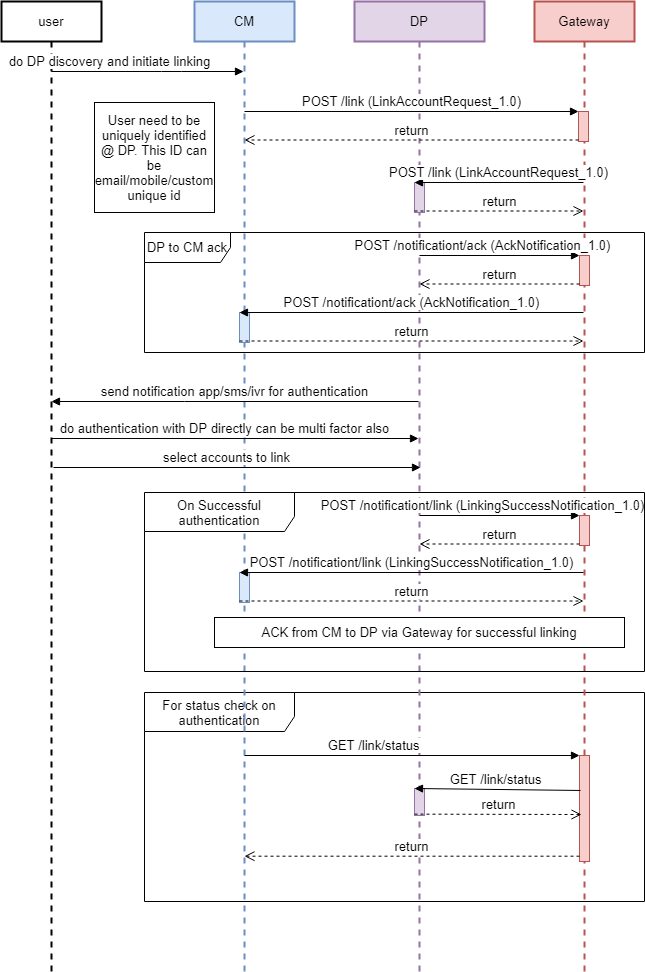
Above: seqDiagram/accountLinking-CMSide.png in iSPIRT/DEPA (draw.io), before the change. Source tidied: cells renumbered, new cells last; positions are measured from the earlier drawing's top-left corner, leaving out a move shared by most shapes.
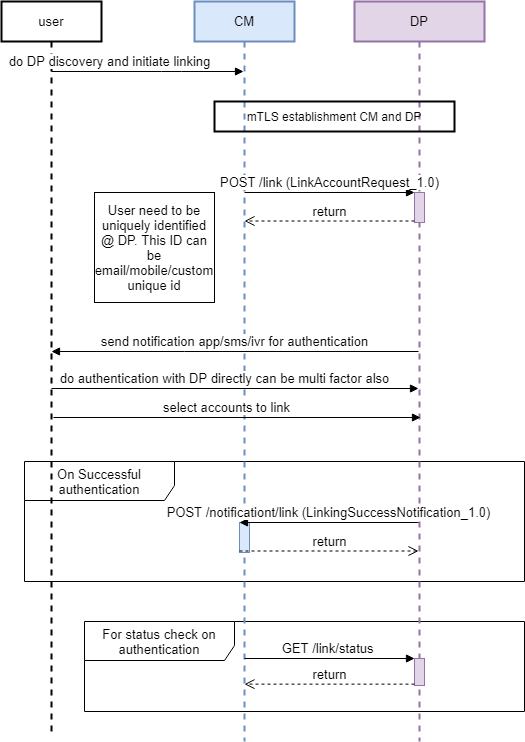
After the change.

What changed in the source:
```diff
@@ -3,16 +3,16 @@
     <mxCell id="0" />
     <mxCell id="1" parent="0" />
     <mxCell id="2" value="For status check on authentication" style="shape=umlFrame;whiteSpace=wrap;html=1;width=150;height=39;fontSize=13;" parent="1" vertex="1">
-      <mxGeometry x="143" y="691" width="500" height="209" as="geometry" />
+      <mxGeometry x="83" y="620" width="440" height="90" as="geometry" />
     </mxCell>
-    <mxCell id="3" value="DP to CM ack" style="shape=umlFrame;whiteSpace=wrap;html=1;width=86;height=30;fontSize=13;" parent="1" vertex="1">
-      <mxGeometry x="143" y="231" width="500" height="120" as="geometry" />
-    </mxCell>
+    <mxCell id="25" value="On Successful authentication" style="shape=umlFrame;whiteSpace=wrap;html=1;width=150;height=39;fontSize=13;" parent="1" vertex="1">
+      <mxGeometry x="23" y="460" width="500" height="120" as="geometry" />
+    </mxCell>
     <mxCell id="4" value="user" style="shape=umlLifeline;perimeter=lifelinePerimeter;whiteSpace=wrap;html=1;outlineConnect=0;strokeWidth=2;fontSize=13;" parent="1" vertex="1">
-      <mxGeometry width="100" height="970" as="geometry" />
+      <mxGeometry width="100" height="730" as="geometry" />
     </mxCell>
     <mxCell id="5" value="CM" style="shape=umlLifeline;perimeter=lifelinePerimeter;whiteSpace=wrap;html=1;outlineConnect=0;fillColor=#dae8fc;strokeColor=#6c8ebf;strokeWidth=2;fontSize=13;" parent="1" vertex="1">
-      <mxGeometry x="193" width="100" height="970" as="geometry" />
+      <mxGeometry x="193" width="100" height="740" as="geometry" />
     </mxCell>
     <mxCell id="6" value="do DP discovery and initiate linking" style="html=1;verticalAlign=bottom;endArrow=block;fontSize=13;" parent="1" edge="1" source="4" target="5">
       <mxGeometry x="-0.4" relative="1" as="geometry">
@@ -22,138 +22,85 @@
       </mxGeometry>
     </mxCell>
     <mxCell id="7" value="DP" style="shape=umlLifeline;perimeter=lifelinePerimeter;whiteSpace=wrap;html=1;outlineConnect=0;fillColor=#e1d5e7;strokeColor=#9673a6;strokeWidth=2;fontSize=13;" parent="1" vertex="1">
-      <mxGeometry x="353" width="130" height="970" as="geometry" />
+      <mxGeometry x="353" width="130" height="740" as="geometry" />
     </mxCell>
-    <mxCell id="8" value="Gateway" style="shape=umlLifeline;perimeter=lifelinePerimeter;whiteSpace=wrap;html=1;outlineConnect=0;fillColor=#f8cecc;strokeColor=#b85450;strokeWidth=2;fontSize=13;" parent="1" vertex="1">
-      <mxGeometry x="533" width="100" height="970" as="geometry" />
-    </mxCell>
-    <mxCell id="9" value="send notification app/sms/ivr for authentication" style="html=1;verticalAlign=bottom;endArrow=block;rounded=0;fontSize=13;" parent="1" edge="1" source="7" target="4">
+    <mxCell id="9" value="send notification app/sms/ivr for authentication" style="html=1;verticalAlign=bottom;endArrow=block;rounded=0;fontSize=13;" parent="1" edge="1">
       <mxGeometry relative="1" as="geometry">
+        <mxPoint x="417" y="350" as="sourcePoint" />
+        <mxPoint x="50" y="350" as="targetPoint" />
         <Array as="points">
-          <mxPoint x="183" y="400" />
+          <mxPoint x="183" y="350" />
         </Array>
       </mxGeometry>
     </mxCell>
     <mxCell id="10" value="do authentication with DP directly can be multi factor also" style="html=1;verticalAlign=bottom;endArrow=block;rounded=0;fontSize=13;" parent="1" edge="1">
       <mxGeometry x="-0.06" relative="1" as="geometry">
-        <mxPoint x="50" y="437" as="sourcePoint" />
-        <mxPoint x="417" y="437" as="targetPoint" />
+        <mxPoint x="50" y="387" as="sourcePoint" />
+        <mxPoint x="417" y="387" as="targetPoint" />
         <Array as="points">
-          <mxPoint x="247.5" y="437" />
+          <mxPoint x="247.5" y="387" />
         </Array>
       </mxGeometry>
     </mxCell>
     <mxCell id="11" value="User need to be uniquely identified @ DP. This ID can be email/mobile/custom unique id" style="text;html=1;fillColor=none;align=center;verticalAlign=middle;whiteSpace=wrap;rounded=0;fontSize=13;strokeColor=#000000;" parent="1" vertex="1">
-      <mxGeometry x="93" y="101" width="120" height="110" as="geometry" />
+      <mxGeometry x="93" y="191" width="120" height="110" as="geometry" />
     </mxCell>
-    <mxCell id="12" style="edgeStyle=none;rounded=0;orthogonalLoop=1;jettySize=auto;html=1;exitX=0.5;exitY=1;exitDx=0;exitDy=0;fontSize=13;" parent="1" edge="1">
-      <mxGeometry relative="1" as="geometry">
-        <mxPoint x="503" y="540" as="sourcePoint" />
-        <mxPoint x="503" y="540" as="targetPoint" />
-      </mxGeometry>
-    </mxCell>
     <mxCell id="13" style="html=1;points=[];perimeter=orthogonalPerimeter;fillColor=#e1d5e7;strokeColor=#9673a6;fontSize=13;" parent="1" vertex="1">
-      <mxGeometry x="413" y="181" width="10" height="30" as="geometry" />
+      <mxGeometry x="413" y="191" width="10" height="30" as="geometry" />
     </mxCell>
-    <mxCell id="14" style="html=1;points=[];perimeter=orthogonalPerimeter;fillColor=#f8cecc;strokeColor=#b85450;fontSize=13;" parent="1" vertex="1">
-      <mxGeometry x="577" y="110" width="10" height="30" as="geometry" />
-    </mxCell>
-    <mxCell id="15" style="html=1;points=[];perimeter=orthogonalPerimeter;fillColor=#f8cecc;strokeColor=#b85450;fontSize=13;" parent="1" vertex="1">
-      <mxGeometry x="578" y="254" width="10" height="30" as="geometry" />
-    </mxCell>
-    <mxCell id="16" style="html=1;points=[];perimeter=orthogonalPerimeter;fillColor=#dae8fc;strokeColor=#6c8ebf;fontSize=13;" parent="1" vertex="1">
-      <mxGeometry x="238" y="311" width="10" height="30" as="geometry" />
-    </mxCell>
-    <mxCell id="17" value="&lt;span style=&quot;font-size: 13px&quot;&gt;POST /link (LinkAccountRequest_1.0)&lt;/span&gt;" style="html=1;verticalAlign=bottom;endArrow=block;entryX=0;entryY=0;fontSize=13;" parent="1" edge="1" source="5" target="14">
-      <mxGeometry relative="1" as="geometry" />
-    </mxCell>
-    <mxCell id="18" value="return" style="html=1;verticalAlign=bottom;endArrow=open;dashed=1;endSize=8;exitX=0;exitY=0.95;fontSize=13;" parent="1" edge="1" source="14" target="5">
-      <mxGeometry relative="1" as="geometry" />
-    </mxCell>
-    <mxCell id="19" value="POST /link (LinkAccountRequest_1.0)&lt;span style=&quot;font-size: 13px&quot;&gt;&lt;br style=&quot;font-size: 13px&quot;&gt;&lt;/span&gt;" style="html=1;verticalAlign=bottom;endArrow=block;entryX=0;entryY=0;fontSize=13;" parent="1" edge="1" source="8" target="13">
-      <mxGeometry relative="1" as="geometry" />
+    <mxCell id="19" value="POST /link (LinkAccountRequest_1.0)&lt;span style=&quot;font-size: 13px&quot;&gt;&lt;br style=&quot;font-size: 13px&quot;&gt;&lt;/span&gt;" style="html=1;verticalAlign=bottom;endArrow=block;entryX=0;entryY=0;fontSize=13;" parent="1" edge="1" target="13">
+      <mxGeometry relative="1" as="geometry">
+        <mxPoint x="243" y="191" as="sourcePoint" />
+      </mxGeometry>
     </mxCell>
-    <mxCell id="20" value="return" style="html=1;verticalAlign=bottom;endArrow=open;dashed=1;endSize=8;exitX=0;exitY=0.95;fontSize=13;" parent="1" edge="1" source="13" target="8">
-      <mxGeometry relative="1" as="geometry" />
+    <mxCell id="20" value="return" style="html=1;verticalAlign=bottom;endArrow=open;dashed=1;endSize=8;exitX=0;exitY=0.95;fontSize=13;" parent="1" edge="1" source="13">
+      <mxGeometry relative="1" as="geometry">
+        <mxPoint x="243" y="219.5" as="targetPoint" />
+      </mxGeometry>
     </mxCell>
-    <mxCell id="21" value="&lt;span style=&quot;font-size: 13px;&quot;&gt;POST /notificationt/ack (AckNotification_1.0)&lt;/span&gt;" style="html=1;verticalAlign=bottom;endArrow=block;entryX=0;entryY=0;fontSize=13;" parent="1" edge="1" source="8" target="16">
-      <mxGeometry relative="1" as="geometry" />
-    </mxCell>
-    <mxCell id="22" value="return" style="html=1;verticalAlign=bottom;endArrow=open;dashed=1;endSize=8;exitX=0;exitY=0.95;fontSize=13;" parent="1" edge="1" source="16" target="8">
-      <mxGeometry relative="1" as="geometry" />
-    </mxCell>
-    <mxCell id="23" value="&lt;span style=&quot;font-size: 13px;&quot;&gt;POST /notificationt/ack (AckNotification_1.0)&lt;/span&gt;" style="html=1;verticalAlign=bottom;endArrow=block;entryX=0;entryY=0;fontSize=13;" parent="1" edge="1" source="7" target="15">
-      <mxGeometry x="-0.22" relative="1" as="geometry" />
-    </mxCell>
-    <mxCell id="24" value="return" style="html=1;verticalAlign=bottom;endArrow=open;dashed=1;endSize=8;exitX=0;exitY=0.95;fontSize=13;" parent="1" edge="1" source="15" target="7">
-      <mxGeometry relative="1" as="geometry" />
-    </mxCell>
-    <mxCell id="25" value="On Successful authentication" style="shape=umlFrame;whiteSpace=wrap;html=1;width=150;height=39;fontSize=13;" parent="1" vertex="1">
-      <mxGeometry x="143" y="491" width="500" height="179" as="geometry" />
-    </mxCell>
-    <mxCell id="26" style="html=1;points=[];perimeter=orthogonalPerimeter;fillColor=#f8cecc;strokeColor=#b85450;fontSize=13;" parent="1" vertex="1">
-      <mxGeometry x="578" y="514" width="10" height="30" as="geometry" />
-    </mxCell>
     <mxCell id="27" style="html=1;points=[];perimeter=orthogonalPerimeter;fillColor=#dae8fc;strokeColor=#6c8ebf;fontSize=13;" parent="1" vertex="1">
-      <mxGeometry x="238" y="571" width="10" height="30" as="geometry" />
+      <mxGeometry x="238" y="521" width="10" height="30" as="geometry" />
     </mxCell>
     <mxCell id="28" value="&lt;span style=&quot;font-size: 13px&quot;&gt;POST /notificationt/link (LinkingSuccessNotification_1.0)&lt;/span&gt;" style="html=1;verticalAlign=bottom;endArrow=block;entryX=0;entryY=0;fontSize=13;" parent="1" edge="1" target="27">
       <mxGeometry relative="1" as="geometry">
-        <mxPoint x="582" y="571" as="sourcePoint" />
+        <mxPoint x="417" y="521" as="sourcePoint" />
       </mxGeometry>
     </mxCell>
     <mxCell id="29" value="return" style="html=1;verticalAlign=bottom;endArrow=open;dashed=1;endSize=8;exitX=0;exitY=0.95;fontSize=13;" parent="1" edge="1" source="27">
       <mxGeometry relative="1" as="geometry">
-        <mxPoint x="582" y="599.5" as="targetPoint" />
+        <mxPoint x="417" y="549.5" as="targetPoint" />
       </mxGeometry>
     </mxCell>
-    <mxCell id="30" value="&lt;span style=&quot;font-size: 13px&quot;&gt;POST /notificationt/link (LinkingSuccessNotification_1.0)&lt;/span&gt;" style="html=1;verticalAlign=bottom;endArrow=block;entryX=0;entryY=0;fontSize=13;" parent="1" edge="1" target="26">
-      <mxGeometry x="-0.22" relative="1" as="geometry">
-        <mxPoint x="418" y="514" as="sourcePoint" />
-      </mxGeometry>
-    </mxCell>
-    <mxCell id="31" value="return" style="html=1;verticalAlign=bottom;endArrow=open;dashed=1;endSize=8;exitX=0;exitY=0.95;fontSize=13;" parent="1" edge="1" source="26">
-      <mxGeometry relative="1" as="geometry">
-        <mxPoint x="418" y="542.5" as="targetPoint" />
-      </mxGeometry>
-    </mxCell>
-    <mxCell id="32" value="ACK from CM to DP via Gateway for successful linking" style="rounded=0;whiteSpace=wrap;html=1;fontSize=13;strokeColor=#000000;" parent="1" vertex="1">
-      <mxGeometry x="213" y="616" width="410" height="30" as="geometry" />
-    </mxCell>
     <mxCell id="33" style="edgeStyle=none;rounded=0;orthogonalLoop=1;jettySize=auto;html=1;exitX=0.5;exitY=1;exitDx=0;exitDy=0;fontSize=13;" parent="1" edge="1">
       <mxGeometry relative="1" as="geometry">
-        <mxPoint x="503" y="780" as="sourcePoint" />
-        <mxPoint x="503" y="780" as="targetPoint" />
+        <mxPoint x="503" y="650" as="sourcePoint" />
+        <mxPoint x="503" y="650" as="targetPoint" />
       </mxGeometry>
     </mxCell>
-    <mxCell id="34" style="html=1;points=[];perimeter=orthogonalPerimeter;fillColor=#f8cecc;strokeColor=#b85450;fontSize=13;" parent="1" vertex="1">
-      <mxGeometry x="578" y="754" width="10" height="106" as="geometry" />
-    </mxCell>
     <mxCell id="35" style="html=1;points=[];perimeter=orthogonalPerimeter;fillColor=#e1d5e7;strokeColor=#9673a6;fontSize=13;" parent="1" vertex="1">
-      <mxGeometry x="413" y="787" width="10" height="27" as="geometry" />
+      <mxGeometry x="413" y="657" width="10" height="27" as="geometry" />
     </mxCell>
-    <mxCell id="36" value="GET /link/status&amp;nbsp;" style="html=1;verticalAlign=bottom;endArrow=block;entryX=0;entryY=0;fontSize=13;exitX=0.1;exitY=0.33;exitDx=0;exitDy=0;exitPerimeter=0;" parent="1" edge="1" source="34" target="35">
-      <mxGeometry relative="1" as="geometry" />
+    <mxCell id="36" value="GET /link/status&amp;nbsp;" style="html=1;verticalAlign=bottom;endArrow=block;entryX=0;entryY=0;fontSize=13;" parent="1" edge="1" target="35">
+      <mxGeometry relative="1" as="geometry">
+        <mxPoint x="243" y="657" as="sourcePoint" />
+      </mxGeometry>
     </mxCell>
     <mxCell id="37" value="return" style="html=1;verticalAlign=bottom;endArrow=open;dashed=1;endSize=8;exitX=0;exitY=0.95;fontSize=13;" parent="1" edge="1" source="35">
       <mxGeometry relative="1" as="geometry">
-        <mxPoint x="580" y="813" as="targetPoint" />
+        <mxPoint x="243" y="682.7" as="targetPoint" />
       </mxGeometry>
     </mxCell>
-    <mxCell id="38" value="&lt;span style=&quot;font-size: 13px&quot;&gt;GET /link/status&amp;nbsp;&lt;/span&gt;" style="html=1;verticalAlign=bottom;endArrow=block;entryX=0;entryY=0;fontSize=13;" parent="1" edge="1" source="5" target="34">
-      <mxGeometry x="-0.22" relative="1" as="geometry" />
-    </mxCell>
-    <mxCell id="39" value="return" style="html=1;verticalAlign=bottom;endArrow=open;dashed=1;endSize=8;exitX=0;exitY=0.95;fontSize=13;" parent="1" edge="1" source="34" target="5">
-      <mxGeometry relative="1" as="geometry" />
-    </mxCell>
     <mxCell id="40" value="select accounts to link" style="html=1;verticalAlign=bottom;endArrow=block;rounded=0;fontSize=13;" parent="1" edge="1">
       <mxGeometry x="-0.06" relative="1" as="geometry">
-        <mxPoint x="52" y="466" as="sourcePoint" />
-        <mxPoint x="419" y="466" as="targetPoint" />
+        <mxPoint x="52" y="416" as="sourcePoint" />
+        <mxPoint x="419" y="416" as="targetPoint" />
         <Array as="points">
-          <mxPoint x="249.5" y="466" />
+          <mxPoint x="249.5" y="416" />
         </Array>
       </mxGeometry>
     </mxCell>
+    <mxCell id="41" value="mTLS establishment CM and DP" style="text;html=1;fillColor=none;align=center;verticalAlign=middle;whiteSpace=wrap;rounded=0;fontSize=12;strokeWidth=2;strokeColor=#000000;" parent="1" vertex="1">
+      <mxGeometry x="213" y="100" width="240" height="30" as="geometry" />
+    </mxCell>
   </root>
 </mxGraphModel>
```
